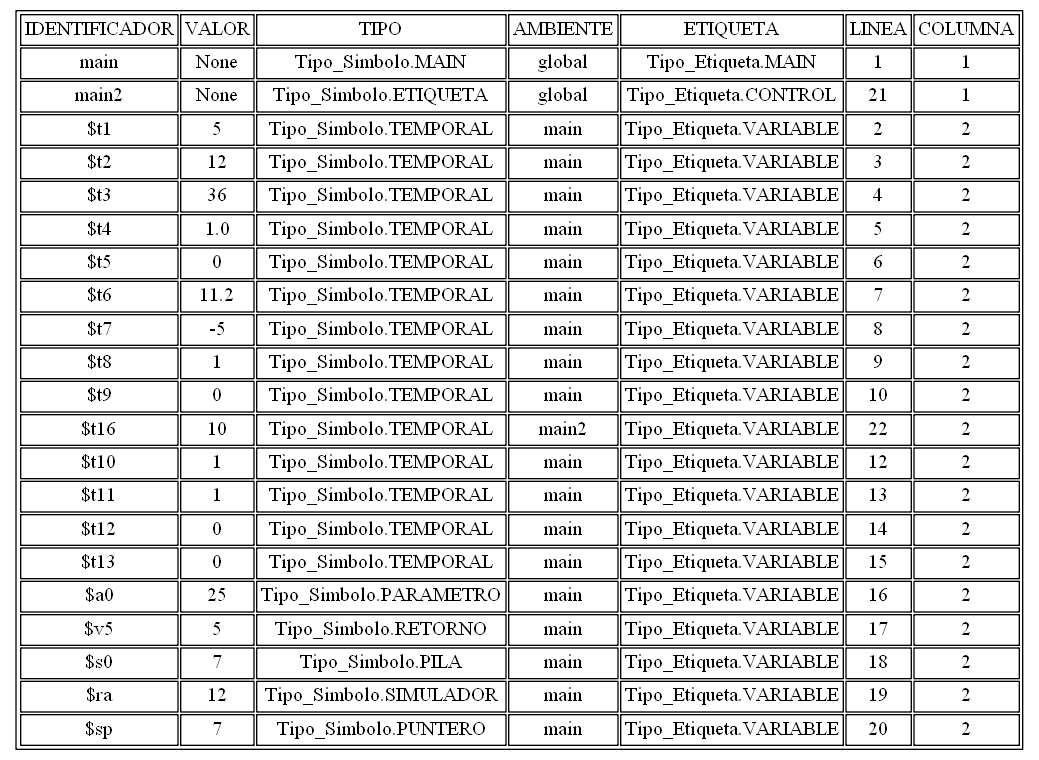
Before: tablasimbolos.png, a diagram exported from Graphviz (AndreeAvalos/OLC2-AUGUS). Its source is kept beside it as tablasimbolos.dot.
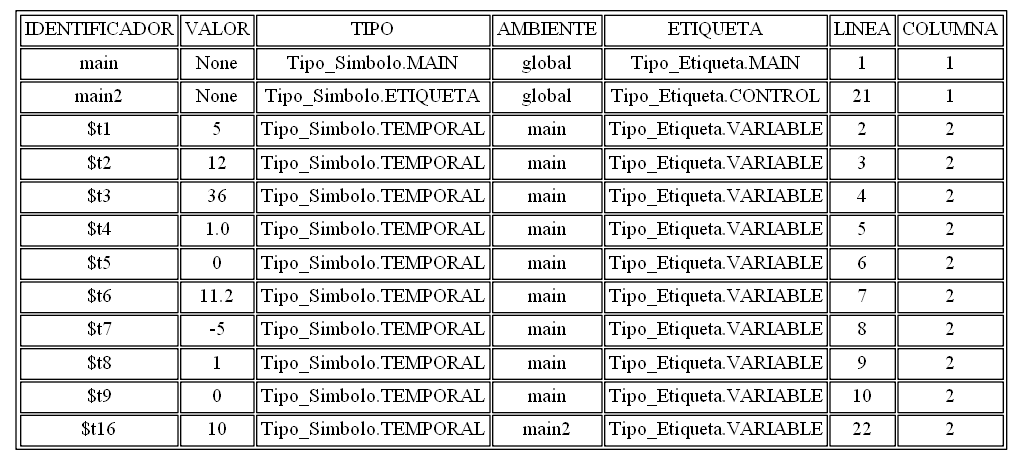
The same diagram one commit later.

Diff of the diagram source:
```diff
@@ -15,15 +15,6 @@
 <TR><TD>$t8</TD><TD>1</TD><TD>Tipo_Simbolo.TEMPORAL</TD><TD>main</TD><TD>Tipo_Etiqueta.VARIABLE</TD><TD>9</TD><TD>2</TD></TR>
 <TR><TD>$t9</TD><TD>0</TD><TD>Tipo_Simbolo.TEMPORAL</TD><TD>main</TD><TD>Tipo_Etiqueta.VARIABLE</TD><TD>10</TD><TD>2</TD></TR>
 <TR><TD>$t16</TD><TD>10</TD><TD>Tipo_Simbolo.TEMPORAL</TD><TD>main2</TD><TD>Tipo_Etiqueta.VARIABLE</TD><TD>22</TD><TD>2</TD></TR>
-<TR><TD>$t10</TD><TD>1</TD><TD>Tipo_Simbolo.TEMPORAL</TD><TD>main</TD><TD>Tipo_Etiqueta.VARIABLE</TD><TD>12</TD><TD>2</TD></TR>
-<TR><TD>$t11</TD><TD>1</TD><TD>Tipo_Simbolo.TEMPORAL</TD><TD>main</TD><TD>Tipo_Etiqueta.VARIABLE</TD><TD>13</TD><TD>2</TD></TR>
-<TR><TD>$t12</TD><TD>0</TD><TD>Tipo_Simbolo.TEMPORAL</TD><TD>main</TD><TD>Tipo_Etiqueta.VARIABLE</TD><TD>14</TD><TD>2</TD></TR>
-<TR><TD>$t13</TD><TD>0</TD><TD>Tipo_Simbolo.TEMPORAL</TD><TD>main</TD><TD>Tipo_Etiqueta.VARIABLE</TD><TD>15</TD><TD>2</TD></TR>
-<TR><TD>$a0</TD><TD>25</TD><TD>Tipo_Simbolo.PARAMETRO</TD><TD>main</TD><TD>Tipo_Etiqueta.VARIABLE</TD><TD>16</TD><TD>2</TD></TR>
-<TR><TD>$v5</TD><TD>5</TD><TD>Tipo_Simbolo.RETORNO</TD><TD>main</TD><TD>Tipo_Etiqueta.VARIABLE</TD><TD>17</TD><TD>2</TD></TR>
-<TR><TD>$s0</TD><TD>7</TD><TD>Tipo_Simbolo.PILA</TD><TD>main</TD><TD>Tipo_Etiqueta.VARIABLE</TD><TD>18</TD><TD>2</TD></TR>
-<TR><TD>$ra</TD><TD>12</TD><TD>Tipo_Simbolo.SIMULADOR</TD><TD>main</TD><TD>Tipo_Etiqueta.VARIABLE</TD><TD>19</TD><TD>2</TD></TR>
-<TR><TD>$sp</TD><TD>7</TD><TD>Tipo_Simbolo.PUNTERO</TD><TD>main</TD><TD>Tipo_Etiqueta.VARIABLE</TD><TD>20</TD><TD>2</TD></TR>
 </TABLE>
 >, ];
 }
```
